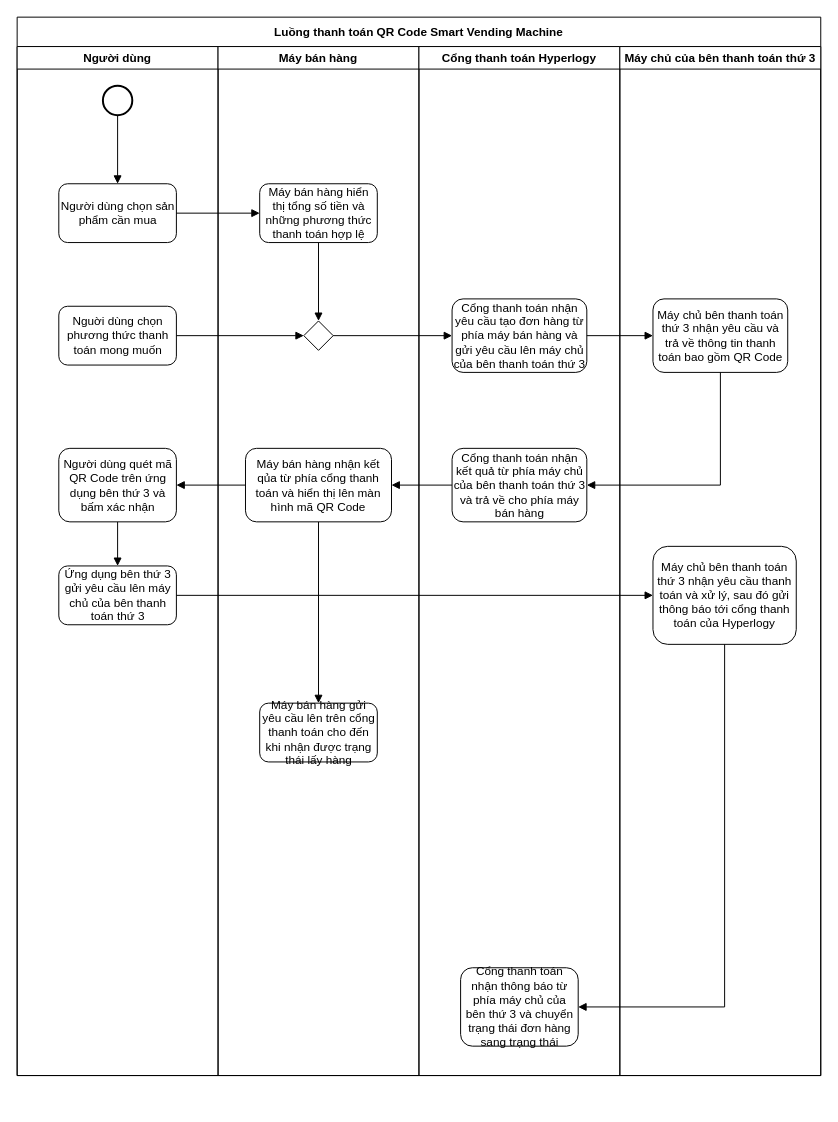
This is page "Luồng thanh toán" (2 of 2) of Untitled Diagram.drawio from wardus3105/betatest, a draw.io file, before an edit. Source tidied: cells renumbered, new cells numbered last; positions are measured from the earlier drawing's top-left corner, leaving out a move shared by most shapes. Both pictures are drawn from the tidied source at 98%, with x=0, y=0 at pixel (17, 17).
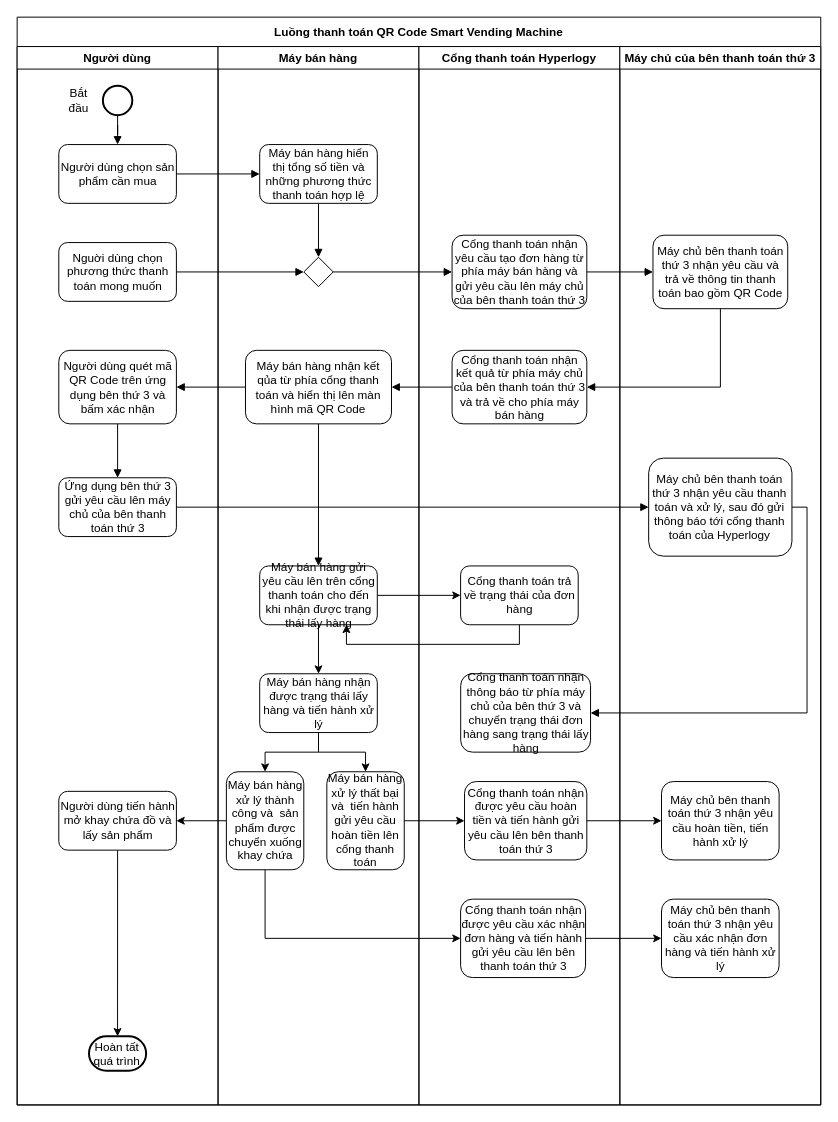
The same page after the edit.

What changed in the source:
```diff
@@
     <mxCell id="2" value="Luồng thanh toán QR Code Smart Vending Machine" style="swimlane;startSize=30;" parent="1" vertex="1">
-      <mxGeometry width="820" height="1080" as="geometry" />
+      <mxGeometry width="820" height="1110" as="geometry" />
     </mxCell>
     <mxCell id="3" value="Người dùng" style="swimlane;" parent="2" vertex="1">
-      <mxGeometry y="30" width="205" height="1050" as="geometry" />
+      <mxGeometry y="30" width="205" height="1080" as="geometry" />
     </mxCell>
     <mxCell id="4" value="Người dùng chọn sản phẩm cần mua" style="rounded=1;whiteSpace=wrap;html=1;" parent="3" vertex="1">
-      <mxGeometry x="42.5" y="140" width="120" height="60" as="geometry" />
+      <mxGeometry x="42.5" y="100" width="120" height="60" as="geometry" />
     </mxCell>
     <mxCell id="5" value="Nguời dùng chọn phương thức thanh toán mong muốn" style="rounded=1;whiteSpace=wrap;html=1;" parent="3" vertex="1">
-      <mxGeometry x="42.5" y="265" width="120" height="60" as="geometry" />
+      <mxGeometry x="42.5" y="200" width="120" height="60" as="geometry" />
     </mxCell>
@@
     <mxCell id="9" value="Người dùng quét mã QR Code trên ứng dụng bên thứ 3 và bấm xác nhận" style="rounded=1;whiteSpace=wrap;html=1;" parent="3" vertex="1">
-      <mxGeometry x="42.5" y="410" width="120" height="75" as="geometry" />
+      <mxGeometry x="42.5" y="310" width="120" height="75" as="geometry" />
     </mxCell>
     <mxCell id="10" value="Ứng dụng bên thứ 3 gửi yêu cầu lên máy chủ của bên thanh toán thứ 3" style="rounded=1;whiteSpace=wrap;html=1;" parent="3" vertex="1">
-      <mxGeometry x="42.5" y="530" width="120" height="60" as="geometry" />
+      <mxGeometry x="42.5" y="440" width="120" height="60" as="geometry" />
     </mxCell>
+    <mxCell id="34" value="Bắt đầu" style="text;html=1;strokeColor=none;fillColor=none;align=center;verticalAlign=middle;whiteSpace=wrap;rounded=0;" parent="3" vertex="1">
+      <mxGeometry x="42.5" y="45" width="40" height="20" as="geometry" />
+    </mxCell>
+    <mxCell id="35" style="edgeStyle=orthogonalEdgeStyle;rounded=0;jettySize=auto;html=1;exitX=0.5;exitY=1;exitDx=0;exitDy=0;entryX=0.5;entryY=0;entryDx=0;entryDy=0;entryPerimeter=0;" parent="3" edge="1" source="36" target="37">
+      <mxGeometry relative="1" as="geometry" />
+    </mxCell>
+    <mxCell id="36" value="Người dùng tiến hành mở khay chứa đồ và lấy sản phẩm" style="rounded=1;whiteSpace=wrap;html=1;" parent="3" vertex="1">
+      <mxGeometry x="42.5" y="760" width="120" height="60" as="geometry" />
+    </mxCell>
+    <mxCell id="37" value="Hoàn tất quá trình" style="strokeWidth=2;html=1;shape=mxgraph.flowchart.terminator;whiteSpace=wrap;" parent="3" vertex="1">
+      <mxGeometry x="73.3" y="1010" width="58.3" height="35" as="geometry" />
+    </mxCell>
     <mxCell id="11" value="Máy bán hàng" style="swimlane;" parent="2" vertex="1">
-      <mxGeometry x="205" y="30" width="205" height="1050" as="geometry" />
+      <mxGeometry x="205" y="30" width="205" height="1080" as="geometry" />
     </mxCell>
@@
     <mxCell id="13" value="Máy bán hàng hiển thị tổng số tiền và những phương thức thanh toán hợp lệ" style="rounded=1;whiteSpace=wrap;html=1;" parent="11" vertex="1">
-      <mxGeometry x="42.5" y="140" width="120" height="60" as="geometry" />
+      <mxGeometry x="42.5" y="100" width="120" height="60" as="geometry" />
     </mxCell>
     <mxCell id="14" style="rhombus;whiteSpace=wrap;html=1;" parent="11" vertex="1">
-      <mxGeometry x="87.5" y="280" width="30" height="30" as="geometry" />
+      <mxGeometry x="87.5" y="215" width="30" height="30" as="geometry" />
     </mxCell>
@@
     <mxCell id="16" value="&lt;div&gt;Máy bán hàng nhận kết qủa từ phía cổng thanh toán và hiển thị lên màn hình mã QR Code&lt;/div&gt;" style="rounded=1;whiteSpace=wrap;html=1;" parent="11" vertex="1">
-      <mxGeometry x="28" y="410" width="149" height="75" as="geometry" />
+      <mxGeometry x="28" y="310" width="149" height="75" as="geometry" />
     </mxCell>
+    <mxCell id="38" style="edgeStyle=orthogonalEdgeStyle;rounded=0;jettySize=auto;html=1;entryX=0.5;entryY=0;entryDx=0;entryDy=0;" parent="11" edge="1" source="17" target="41">
+      <mxGeometry relative="1" as="geometry" />
+    </mxCell>
     <mxCell id="17" value="Máy bán hàng gửi yêu cầu lên trên cổng thanh toán cho đến khi nhận được trạng thái lấy hàng" style="rounded=1;whiteSpace=wrap;html=1;" parent="11" vertex="1">
-      <mxGeometry x="42.5" y="670" width="120" height="60" as="geometry" />
+      <mxGeometry x="42.5" y="530" width="120" height="60" as="geometry" />
     </mxCell>
+    <mxCell id="39" style="edgeStyle=orthogonalEdgeStyle;rounded=0;jettySize=auto;html=1;exitX=0.5;exitY=1;exitDx=0;exitDy=0;entryX=0.5;entryY=0;entryDx=0;entryDy=0;" parent="11" edge="1" source="41" target="42">
+      <mxGeometry relative="1" as="geometry" />
+    </mxCell>
+    <mxCell id="40" style="edgeStyle=orthogonalEdgeStyle;rounded=0;jettySize=auto;html=1;exitX=0.5;exitY=1;exitDx=0;exitDy=0;entryX=0.5;entryY=0;entryDx=0;entryDy=0;" parent="11" edge="1" source="41" target="43">
+      <mxGeometry relative="1" as="geometry" />
+    </mxCell>
+    <mxCell id="41" value="Máy bán hàng nhận được trạng thái lấy hàng và tiến hành xử lý" style="rounded=1;whiteSpace=wrap;html=1;" parent="11" vertex="1">
+      <mxGeometry x="42.5" y="640" width="120" height="60" as="geometry" />
+    </mxCell>
+    <mxCell id="42" value="Máy bán hàng xử lý thành công và&amp;nbsp; sản phẩm được chuyển xuống khay chứa" style="rounded=1;whiteSpace=wrap;html=1;" parent="11" vertex="1">
+      <mxGeometry x="8.5" y="740" width="79" height="100" as="geometry" />
+    </mxCell>
+    <mxCell id="43" value="Máy bán hàng xử lý thất bại và&amp;nbsp; tiến hành gửi yêu cầu hoàn tiền lên cổng thanh toán" style="rounded=1;whiteSpace=wrap;html=1;" parent="11" vertex="1">
+      <mxGeometry x="111" y="740" width="79" height="100" as="geometry" />
+    </mxCell>
     <mxCell id="18" value="Cổng thanh toán Hyperlogy" style="swimlane;" parent="2" vertex="1">
-      <mxGeometry x="410" y="30" width="205" height="1050" as="geometry" />
+      <mxGeometry x="410" y="30" width="205" height="1080" as="geometry" />
     </mxCell>
     <mxCell id="19" value="Cổng thanh toán nhận yêu cầu tạo đơn hàng từ phía máy bán hàng và gửi yêu cầu lên máy chủ của bên thanh toán thứ 3" style="rounded=1;whiteSpace=wrap;html=1;" parent="18" vertex="1">
-      <mxGeometry x="33.8" y="257.5" width="137.5" height="75" as="geometry" />
+      <mxGeometry x="33.8" y="192.5" width="137.5" height="75" as="geometry" />
     </mxCell>
     <mxCell id="20" value="Cổng thanh toán nhận kết quả từ phía máy chủ của bên thanh toán thứ 3 và trả về cho phía máy bán hàng" style="rounded=1;whiteSpace=wrap;html=1;" parent="18" vertex="1">
-      <mxGeometry x="33.8" y="410" width="137.5" height="75" as="geometry" />
+      <mxGeometry x="33.8" y="310" width="137.5" height="75" as="geometry" />
     </mxCell>
-    <mxCell id="21" value="Cổng thanh toán nhận thông báo từ phía máy chủ của bên thứ 3 và chuyển trạng thái đơn hàng sang trạng thái " style="rounded=1;whiteSpace=wrap;html=1;" parent="18" vertex="1">
-      <mxGeometry x="42.5" y="940" width="120" height="80" as="geometry" />
+    <mxCell id="21" value="Cổng thanh toán nhận thông báo từ phía máy chủ của bên thứ 3 và chuyển trạng thái đơn hàng sang trạng thái lấy hàng  " style="rounded=1;whiteSpace=wrap;html=1;" parent="18" vertex="1">
+      <mxGeometry x="42.6" y="640" width="132.5" height="80" as="geometry" />
     </mxCell>
+    <mxCell id="44" value="Cổng thanh toán trả về trạng thái của đơn hàng" style="rounded=1;whiteSpace=wrap;html=1;" parent="18" vertex="1">
+      <mxGeometry x="42.5" y="530" width="120" height="60" as="geometry" />
+    </mxCell>
+    <mxCell id="45" value="Cổng thanh toán nhận được yêu cầu hoàn tiền và tiến hành gửi yêu cầu lên bên thanh toán thứ 3" style="rounded=1;whiteSpace=wrap;html=1;" parent="18" vertex="1">
+      <mxGeometry x="46.5" y="750" width="124.8" height="80" as="geometry" />
+    </mxCell>
+    <mxCell id="46" value="Cổng thanh toán nhận được yêu cầu xác nhận đơn hàng và tiến hành gửi yêu cầu lên bên thanh toán thứ 3" style="rounded=1;whiteSpace=wrap;html=1;" parent="18" vertex="1">
+      <mxGeometry x="42.5" y="870" width="127.5" height="80" as="geometry" />
+    </mxCell>
     <mxCell id="22" value="Máy chủ của bên thanh toán thứ 3" style="swimlane;startSize=23;" parent="2" vertex="1">
-      <mxGeometry x="615" y="30" width="205" height="1050" as="geometry" />
+      <mxGeometry x="615" y="30" width="205" height="1080" as="geometry" />
     </mxCell>
     <mxCell id="23" value="&lt;font style=&quot;font-size: 12px&quot;&gt;Máy chủ bên thanh toán thứ 3 nhận yêu cầu và trả về thông tin thanh toán bao gồm QR Code&lt;/font&gt;" style="rounded=1;whiteSpace=wrap;html=1;" parent="22" vertex="1">
-      <mxGeometry x="33.8" y="257.5" width="137.5" height="75" as="geometry" />
+      <mxGeometry x="33.8" y="192.5" width="137.5" height="75" as="geometry" />
     </mxCell>
     <mxCell id="24" value="Máy chủ bên thanh toán thứ 3 nhận yêu cầu thanh toán và xử lý, sau đó gửi thông báo tới cổng thanh toán của Hyperlogy" style="rounded=1;whiteSpace=wrap;html=1;" parent="22" vertex="1">
-      <mxGeometry x="33.8" y="510" width="146.2" height="100" as="geometry" />
+      <mxGeometry x="29.4" y="420" width="146.2" height="100" as="geometry" />
     </mxCell>
+    <mxCell id="47" value="Máy chủ bên thanh toán thứ 3 nhận yêu cầu hoàn tiền, tiến hành xử lý" style="rounded=1;whiteSpace=wrap;html=1;" parent="22" vertex="1">
+      <mxGeometry x="42.5" y="750" width="120" height="80" as="geometry" />
+    </mxCell>
+    <mxCell id="48" value="Máy chủ bên thanh toán thứ 3 nhận yêu cầu xác nhận đơn hàng và tiến hành xử lý" style="rounded=1;whiteSpace=wrap;html=1;" parent="22" vertex="1">
+      <mxGeometry x="42.5" y="870" width="120" height="80" as="geometry" />
+    </mxCell>
@@
     <mxCell id="29" style="edgeStyle=orthogonalEdgeStyle;rounded=0;jettySize=auto;html=1;entryX=1;entryY=0.5;entryDx=0;entryDy=0;startArrow=none;startFill=0;endArrow=block;endFill=1;" parent="2" edge="1" source="23" target="20">
       <mxGeometry relative="1" as="geometry">
         <Array as="points">
-          <mxPoint x="718" y="478" />
-          <mxPoint x="581" y="478" />
+          <mxPoint x="718" y="377" />
+          <mxPoint x="581" y="377" />
         </Array>
       </mxGeometry>
     </mxCell>
@@
-    <mxCell id="33" style="edgeStyle=orthogonalEdgeStyle;rounded=0;jettySize=auto;html=1;entryX=1;entryY=0.5;entryDx=0;entryDy=0;startArrow=none;startFill=0;endArrow=block;endFill=1;" parent="2" edge="1" source="24" target="21">
+    <mxCell id="33" style="edgeStyle=orthogonalEdgeStyle;rounded=0;jettySize=auto;html=1;entryX=1;entryY=0.5;entryDx=0;entryDy=0;startArrow=none;startFill=0;endArrow=block;endFill=1;exitX=1;exitY=0.5;exitDx=0;exitDy=0;" parent="2" edge="1" source="24" target="21">
       <mxGeometry relative="1" as="geometry">
         <Array as="points">
-          <mxPoint x="722" y="1010" />
+          <mxPoint x="806" y="500" />
+          <mxPoint x="806" y="710" />
         </Array>
       </mxGeometry>
     </mxCell>
+    <mxCell id="49" style="edgeStyle=orthogonalEdgeStyle;rounded=0;jettySize=auto;html=1;exitX=1;exitY=0.5;exitDx=0;exitDy=0;entryX=0;entryY=0.5;entryDx=0;entryDy=0;" parent="2" edge="1" source="17" target="44">
+      <mxGeometry relative="1" as="geometry" />
+    </mxCell>
+    <mxCell id="50" style="edgeStyle=orthogonalEdgeStyle;rounded=0;jettySize=auto;html=1;exitX=0.5;exitY=1;exitDx=0;exitDy=0;" parent="2" edge="1" source="44">
+      <mxGeometry relative="1" as="geometry">
+        <mxPoint x="336" y="620" as="targetPoint" />
+        <Array as="points">
+          <mxPoint x="513" y="640" />
+          <mxPoint x="336" y="640" />
+        </Array>
+      </mxGeometry>
+    </mxCell>
+    <mxCell id="51" style="edgeStyle=orthogonalEdgeStyle;rounded=0;jettySize=auto;html=1;exitX=0;exitY=0.5;exitDx=0;exitDy=0;" parent="2" edge="1" source="42" target="36">
+      <mxGeometry relative="1" as="geometry" />
+    </mxCell>
+    <mxCell id="52" style="edgeStyle=orthogonalEdgeStyle;rounded=0;jettySize=auto;html=1;exitX=1;exitY=0.5;exitDx=0;exitDy=0;" parent="2" edge="1" source="43" target="45">
+      <mxGeometry relative="1" as="geometry" />
+    </mxCell>
+    <mxCell id="53" style="edgeStyle=orthogonalEdgeStyle;rounded=0;jettySize=auto;html=1;exitX=1;exitY=0.5;exitDx=0;exitDy=0;entryX=0;entryY=0.5;entryDx=0;entryDy=0;" parent="2" edge="1" source="45" target="47">
+      <mxGeometry relative="1" as="geometry" />
+    </mxCell>
+    <mxCell id="54" style="edgeStyle=orthogonalEdgeStyle;rounded=0;jettySize=auto;html=1;exitX=0.5;exitY=1;exitDx=0;exitDy=0;entryX=0;entryY=0.5;entryDx=0;entryDy=0;" parent="2" edge="1" source="42" target="46">
+      <mxGeometry relative="1" as="geometry" />
+    </mxCell>
+    <mxCell id="55" style="edgeStyle=orthogonalEdgeStyle;rounded=0;jettySize=auto;html=1;exitX=1;exitY=0.5;exitDx=0;exitDy=0;" parent="2" edge="1" source="46" target="48">
+      <mxGeometry relative="1" as="geometry" />
+    </mxCell>
```
